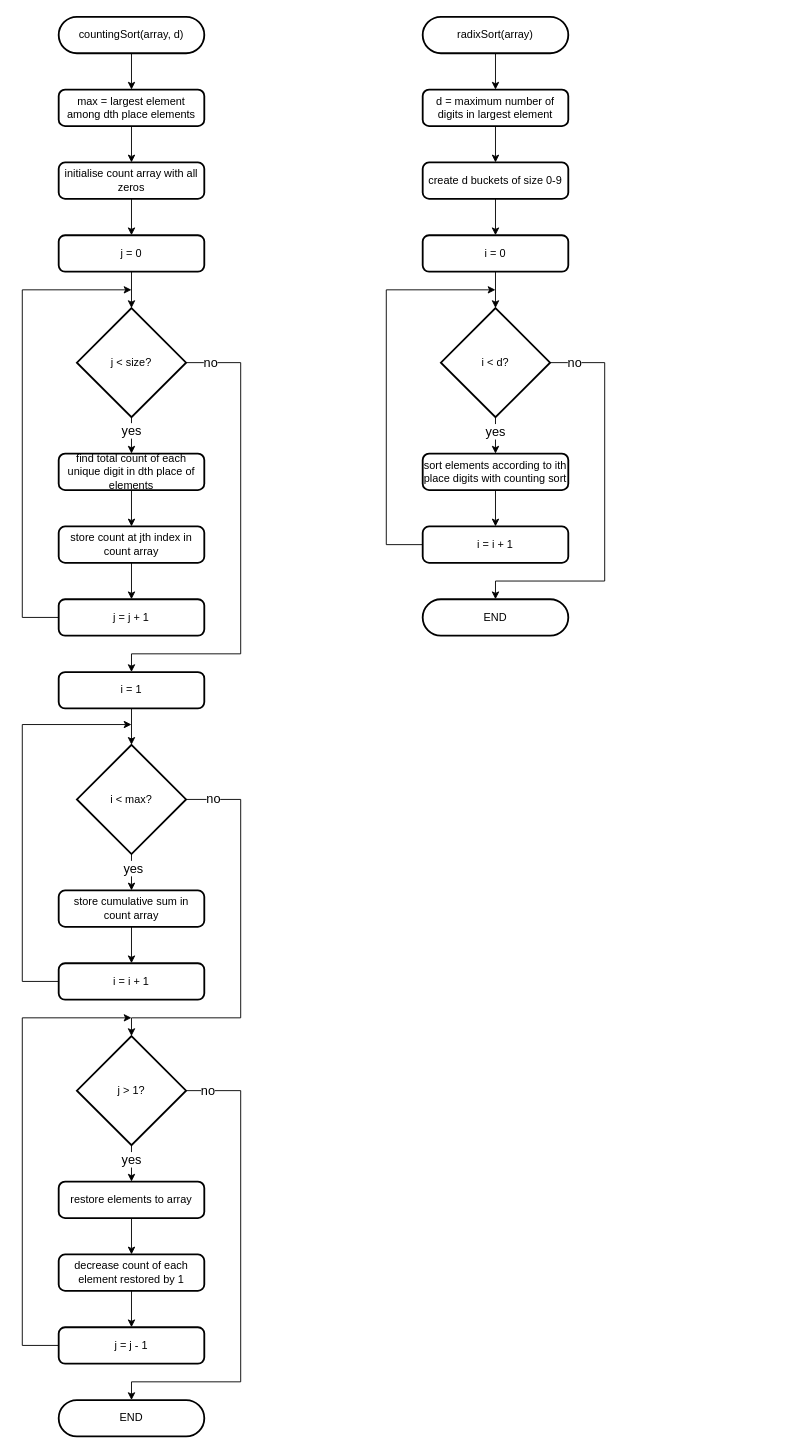
Above: page "radix sort" (2 of 4) of flowcharts.drawio in whatusernameisleft/ds-assignment (draw.io), before the change. Source tidied: cells renumbered, new cells numbered last; positions are measured from the earlier drawing's top-left corner, leaving out a move shared by most shapes. Both pictures are drawn from the tidied source at 91%, with x=0, y=0 at pixel (22, 16).
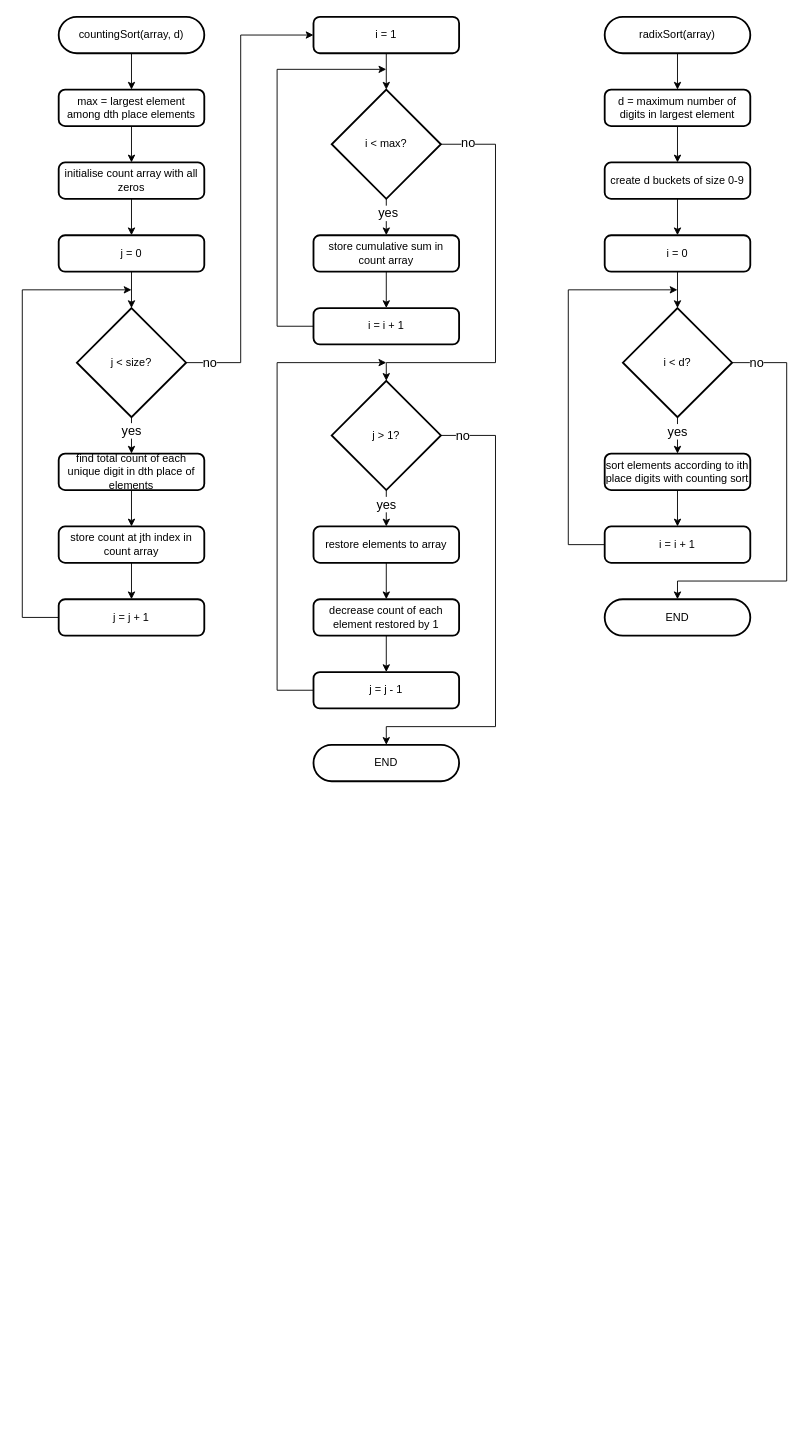
After the change.

The change refers to these unchanged cells:
```xml
<mxCell id="32" value="j &amp;lt; size?" style="strokeWidth=2;html=1;shape=mxgraph.flowchart.decision;whiteSpace=wrap;" parent="1" vertex="1">
  <mxGeometry x="60" y="320" width="120" height="120" as="geometry" />
</mxCell>
```

Diff of the diagram source:
```diff
@@
     <mxCell id="3" value="radixSort(array)" style="html=1;dashed=0;whiteSpace=wrap;shape=mxgraph.dfd.start;strokeWidth=2;" parent="1" vertex="1">
-      <mxGeometry x="440" width="160" height="40" as="geometry" />
+      <mxGeometry x="640" width="160" height="40" as="geometry" />
     </mxCell>
@@
     <mxCell id="9" value="d = maximum number of digits in largest element" style="rounded=1;whiteSpace=wrap;html=1;absoluteArcSize=1;arcSize=14;strokeWidth=2;" parent="1" vertex="1">
-      <mxGeometry x="440" y="80" width="160" height="40" as="geometry" />
+      <mxGeometry x="640" y="80" width="160" height="40" as="geometry" />
     </mxCell>
@@
     <mxCell id="11" value="create d buckets of size 0-9" style="rounded=1;whiteSpace=wrap;html=1;absoluteArcSize=1;arcSize=14;strokeWidth=2;" parent="1" vertex="1">
-      <mxGeometry x="440" y="160" width="160" height="40" as="geometry" />
+      <mxGeometry x="640" y="160" width="160" height="40" as="geometry" />
     </mxCell>
@@
     <mxCell id="13" value="i = 0" style="rounded=1;whiteSpace=wrap;html=1;absoluteArcSize=1;arcSize=14;strokeWidth=2;" parent="1" vertex="1">
-      <mxGeometry x="440" y="240" width="160" height="40" as="geometry" />
+      <mxGeometry x="640" y="240" width="160" height="40" as="geometry" />
     </mxCell>
@@
     <mxCell id="16" style="edgeStyle=orthogonalEdgeStyle;rounded=0;jettySize=auto;html=1;exitX=1;exitY=0.5;exitDx=0;exitDy=0;exitPerimeter=0;entryX=0.5;entryY=0.5;entryDx=0;entryDy=-20;entryPerimeter=0;" parent="1" edge="1" source="18" target="23">
       <mxGeometry relative="1" as="geometry">
         <Array as="points">
-          <mxPoint x="640" y="380" />
-          <mxPoint x="640" y="620" />
-          <mxPoint x="520" y="620" />
+          <mxPoint x="840" y="380" />
+          <mxPoint x="840" y="620" />
+          <mxPoint x="720" y="620" />
         </Array>
       </mxGeometry>
     </mxCell>
@@
     <mxCell id="18" value="i &amp;lt; d?" style="strokeWidth=2;html=1;shape=mxgraph.flowchart.decision;whiteSpace=wrap;" parent="1" vertex="1">
-      <mxGeometry x="460" y="320" width="120" height="120" as="geometry" />
+      <mxGeometry x="660" y="320" width="120" height="120" as="geometry" />
     </mxCell>
@@
     <mxCell id="20" value="sort elements according to ith place digits with counting sort" style="rounded=1;whiteSpace=wrap;html=1;absoluteArcSize=1;arcSize=14;strokeWidth=2;" parent="1" vertex="1">
-      <mxGeometry x="440" y="480" width="160" height="40" as="geometry" />
+      <mxGeometry x="640" y="480" width="160" height="40" as="geometry" />
     </mxCell>
     <mxCell id="21" style="edgeStyle=orthogonalEdgeStyle;rounded=0;jettySize=auto;html=1;exitX=0;exitY=0.5;exitDx=0;exitDy=0;" parent="1" edge="1" source="22">
       <mxGeometry relative="1" as="geometry">
-        <mxPoint x="520" y="300" as="targetPoint" />
+        <mxPoint x="720" y="300" as="targetPoint" />
         <Array as="points">
-          <mxPoint x="400" y="580" />
-          <mxPoint x="400" y="300" />
+          <mxPoint x="600" y="580" />
+          <mxPoint x="600" y="300" />
         </Array>
       </mxGeometry>
     </mxCell>
     <mxCell id="22" value="i = i + 1" style="rounded=1;whiteSpace=wrap;html=1;absoluteArcSize=1;arcSize=14;strokeWidth=2;" parent="1" vertex="1">
-      <mxGeometry x="440" y="560" width="160" height="40" as="geometry" />
+      <mxGeometry x="640" y="560" width="160" height="40" as="geometry" />
     </mxCell>
     <mxCell id="23" value="END" style="html=1;dashed=0;whiteSpace=wrap;shape=mxgraph.dfd.start;strokeWidth=2;" parent="1" vertex="1">
-      <mxGeometry x="440" y="640" width="160" height="40" as="geometry" />
+      <mxGeometry x="640" y="640" width="160" height="40" as="geometry" />
     </mxCell>
@@
-    <mxCell id="30" style="edgeStyle=orthogonalEdgeStyle;rounded=0;jettySize=auto;html=1;exitX=1;exitY=0.5;exitDx=0;exitDy=0;exitPerimeter=0;entryX=0.5;entryY=0;entryDx=0;entryDy=0;" parent="1" edge="1" source="32" target="40">
+    <mxCell id="30" style="edgeStyle=orthogonalEdgeStyle;rounded=0;jettySize=auto;html=1;exitX=1;exitY=0.5;exitDx=0;exitDy=0;exitPerimeter=0;entryX=0;entryY=0.5;entryDx=0;entryDy=0;" parent="1" edge="1" source="32" target="40">
       <mxGeometry relative="1" as="geometry">
         <Array as="points">
           <mxPoint x="240" y="380" />
-          <mxPoint x="240" y="700" />
-          <mxPoint x="120" y="700" />
+          <mxPoint x="240" y="20" />
         </Array>
       </mxGeometry>
     </mxCell>
@@
     <mxCell id="40" value="i = 1" style="rounded=1;whiteSpace=wrap;html=1;absoluteArcSize=1;arcSize=14;strokeWidth=2;" parent="1" vertex="1">
-      <mxGeometry x="40" y="720" width="160" height="40" as="geometry" />
+      <mxGeometry x="320" width="160" height="40" as="geometry" />
     </mxCell>
@@
     <mxCell id="43" style="edgeStyle=orthogonalEdgeStyle;rounded=0;jettySize=auto;html=1;exitX=1;exitY=0.5;exitDx=0;exitDy=0;exitPerimeter=0;entryX=0.5;entryY=0;entryDx=0;entryDy=0;entryPerimeter=0;" parent="1" edge="1" source="45" target="54">
       <mxGeometry relative="1" as="geometry">
         <Array as="points">
-          <mxPoint x="240" y="860" />
-          <mxPoint x="240" y="1100" />
-          <mxPoint x="120" y="1100" />
+          <mxPoint x="520" y="140" />
+          <mxPoint x="520" y="380" />
+          <mxPoint x="400" y="380" />
         </Array>
       </mxGeometry>
     </mxCell>
@@
     <mxCell id="45" value="i &amp;lt; max?" style="strokeWidth=2;html=1;shape=mxgraph.flowchart.decision;whiteSpace=wrap;" parent="1" vertex="1">
-      <mxGeometry x="60" y="800" width="120" height="120" as="geometry" />
+      <mxGeometry x="340" y="80" width="120" height="120" as="geometry" />
     </mxCell>
@@
     <mxCell id="47" value="store cumulative sum in count array" style="rounded=1;whiteSpace=wrap;html=1;absoluteArcSize=1;arcSize=14;strokeWidth=2;" parent="1" vertex="1">
-      <mxGeometry x="40" y="960" width="160" height="40" as="geometry" />
+      <mxGeometry x="320" y="240" width="160" height="40" as="geometry" />
     </mxCell>
     <mxCell id="48" style="edgeStyle=orthogonalEdgeStyle;rounded=0;jettySize=auto;html=1;exitX=0;exitY=0.5;exitDx=0;exitDy=0;" parent="1" edge="1" source="49">
       <mxGeometry relative="1" as="geometry">
-        <mxPoint x="120" y="777.7" as="targetPoint" />
+        <mxPoint x="400" y="57.7" as="targetPoint" />
         <Array as="points">
-          <mxPoint y="1060" />
-          <mxPoint y="778" />
+          <mxPoint x="280" y="340" />
+          <mxPoint x="280" y="58" />
         </Array>
       </mxGeometry>
     </mxCell>
     <mxCell id="49" value="i = i + 1" style="rounded=1;whiteSpace=wrap;html=1;absoluteArcSize=1;arcSize=14;strokeWidth=2;" parent="1" vertex="1">
-      <mxGeometry x="40" y="1040" width="160" height="40" as="geometry" />
+      <mxGeometry x="320" y="320" width="160" height="40" as="geometry" />
     </mxCell>
@@
     <mxCell id="52" style="edgeStyle=orthogonalEdgeStyle;rounded=0;jettySize=auto;html=1;exitX=1;exitY=0.5;exitDx=0;exitDy=0;exitPerimeter=0;entryX=0.5;entryY=0.5;entryDx=0;entryDy=-20;entryPerimeter=0;" parent="1" edge="1" source="54" target="59">
       <mxGeometry relative="1" as="geometry">
         <Array as="points">
-          <mxPoint x="240" y="1180" />
-          <mxPoint x="240" y="1500" />
-          <mxPoint x="120" y="1500" />
+          <mxPoint x="520" y="460" />
+          <mxPoint x="520" y="780" />
+          <mxPoint x="400" y="780" />
         </Array>
       </mxGeometry>
     </mxCell>
@@
     <mxCell id="54" value="j &amp;gt; 1?" style="strokeWidth=2;html=1;shape=mxgraph.flowchart.decision;whiteSpace=wrap;" parent="1" vertex="1">
-      <mxGeometry x="60" y="1120" width="120" height="120" as="geometry" />
+      <mxGeometry x="340" y="400" width="120" height="120" as="geometry" />
     </mxCell>
@@
     <mxCell id="56" value="restore elements to array" style="rounded=1;whiteSpace=wrap;html=1;absoluteArcSize=1;arcSize=14;strokeWidth=2;" parent="1" vertex="1">
-      <mxGeometry x="40" y="1280" width="160" height="40" as="geometry" />
+      <mxGeometry x="320" y="560" width="160" height="40" as="geometry" />
     </mxCell>
@@
     <mxCell id="58" value="decrease count of each element restored by 1" style="rounded=1;whiteSpace=wrap;html=1;absoluteArcSize=1;arcSize=14;strokeWidth=2;" parent="1" vertex="1">
-      <mxGeometry x="40" y="1360" width="160" height="40" as="geometry" />
+      <mxGeometry x="320" y="640" width="160" height="40" as="geometry" />
     </mxCell>
     <mxCell id="59" value="END" style="html=1;dashed=0;whiteSpace=wrap;shape=mxgraph.dfd.start;strokeWidth=2;" parent="1" vertex="1">
-      <mxGeometry x="40" y="1520" width="160" height="40" as="geometry" />
+      <mxGeometry x="320" y="800" width="160" height="40" as="geometry" />
     </mxCell>
     <mxCell id="60" style="edgeStyle=orthogonalEdgeStyle;rounded=0;jettySize=auto;html=1;exitX=0;exitY=0.5;exitDx=0;exitDy=0;" parent="1" edge="1" source="61">
       <mxGeometry relative="1" as="geometry">
-        <mxPoint x="120" y="1100" as="targetPoint" />
+        <mxPoint x="400" y="380" as="targetPoint" />
         <Array as="points">
-          <mxPoint y="1460" />
-          <mxPoint y="1100" />
+          <mxPoint x="280" y="740" />
+          <mxPoint x="280" y="380" />
         </Array>
       </mxGeometry>
     </mxCell>
     <mxCell id="61" value="j = j - 1" style="rounded=1;whiteSpace=wrap;html=1;absoluteArcSize=1;arcSize=14;strokeWidth=2;" parent="1" vertex="1">
-      <mxGeometry x="40" y="1440" width="160" height="40" as="geometry" />
+      <mxGeometry x="320" y="720" width="160" height="40" as="geometry" />
     </mxCell>
```
